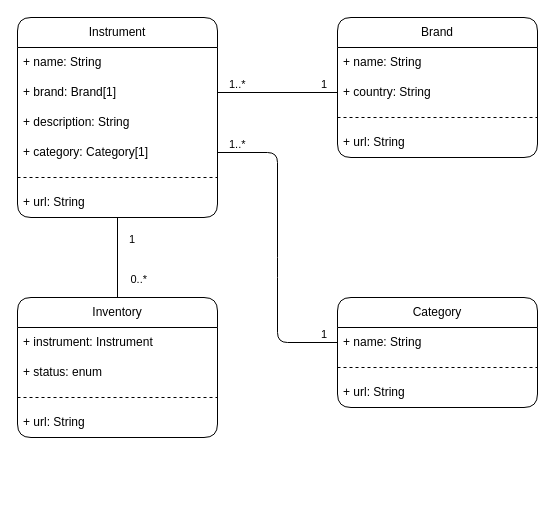
This is specification/database-diagram.drawio from davmedeiros/inventory-application, a draw.io file, before an edit. Source tidied: cells renumbered, new cells numbered last; positions are measured from the earlier drawing's top-left corner, leaving out a move shared by most shapes. Both pictures are drawn from the tidied source at 100%, with x=0, y=0 at pixel (17, 17).
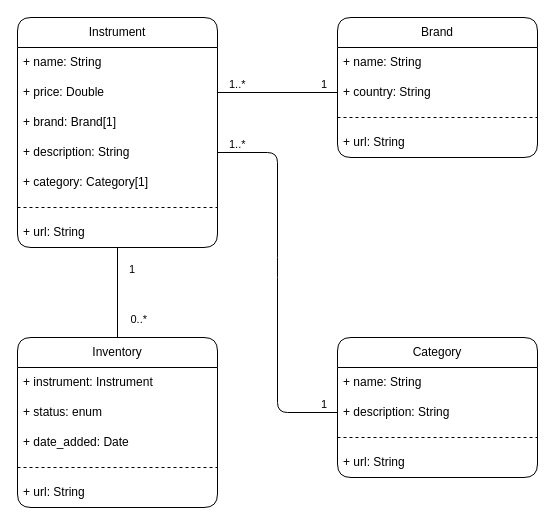
The same page after the edit.

Commit message:
Add a few more fields to the tables

The change refers to these unchanged cells:
```xml
<mxCell id="10" value="+ name: String" style="text;strokeColor=none;fillColor=none;align=left;verticalAlign=middle;spacingLeft=4;spacingRight=4;overflow=hidden;points=[[0,0.5],[1,0.5]];portConstraint=eastwest;whiteSpace=wrap;html=1;" parent="9" vertex="1">
  <mxGeometry y="30" width="200" height="30" as="geometry" />
</mxCell>
<mxCell id="15" value="+ country: String" style="text;strokeColor=none;fillColor=none;align=left;verticalAlign=middle;spacingLeft=4;spacingRight=4;overflow=hidden;points=[[0,0.5],[1,0.5]];portConstraint=eastwest;whiteSpace=wrap;html=1;" parent="13" vertex="1">
  <mxGeometry y="60" width="200" height="30" as="geometry" />
</mxCell>
```

What changed in the source:
```diff
@@
     <mxCell id="2" value="Instrument" style="swimlane;fontStyle=0;horizontal=1;startSize=30;whiteSpace=wrap;html=1;rounded=1;swimlaneLine=1;shadow=0;strokeColor=default;" parent="1" vertex="1">
-      <mxGeometry width="200" height="200" as="geometry" />
+      <mxGeometry width="200" height="230" as="geometry" />
     </mxCell>
@@
+    <mxCell id="32" value="+ price: Double" style="text;strokeColor=none;fillColor=none;align=left;verticalAlign=middle;spacingLeft=4;spacingRight=4;overflow=hidden;points=[[0,0.5],[1,0.5]];portConstraint=eastwest;whiteSpace=wrap;html=1;" parent="2" vertex="1">
+      <mxGeometry y="60" width="200" height="30" as="geometry" />
+    </mxCell>
     <mxCell id="4" value="+ brand: Brand[1]" style="text;strokeColor=none;fillColor=none;align=left;verticalAlign=middle;spacingLeft=4;spacingRight=4;overflow=hidden;points=[[0,0.5],[1,0.5]];portConstraint=eastwest;whiteSpace=wrap;html=1;" parent="2" vertex="1">
-      <mxGeometry y="60" width="200" height="30" as="geometry" />
+      <mxGeometry y="90" width="200" height="30" as="geometry" />
     </mxCell>
     <mxCell id="5" value="+ description: String" style="text;strokeColor=none;fillColor=none;align=left;verticalAlign=middle;spacingLeft=4;spacingRight=4;overflow=hidden;points=[[0,0.5],[1,0.5]];portConstraint=eastwest;whiteSpace=wrap;html=1;" parent="2" vertex="1">
-      <mxGeometry y="90" width="200" height="30" as="geometry" />
+      <mxGeometry y="120" width="200" height="30" as="geometry" />
     </mxCell>
     <mxCell id="6" value="+ category: Category[1]" style="text;strokeColor=none;fillColor=none;align=left;verticalAlign=middle;spacingLeft=4;spacingRight=4;overflow=hidden;points=[[0,0.5],[1,0.5]];portConstraint=eastwest;whiteSpace=wrap;html=1;" parent="2" vertex="1">
-      <mxGeometry y="120" width="200" height="30" as="geometry" />
+      <mxGeometry y="150" width="200" height="30" as="geometry" />
     </mxCell>
     <mxCell id="7" style="shape=crossbar;whiteSpace=wrap;html=1;rounded=1;shadow=0;glass=0;dashed=1;sketch=0;strokeColor=default;fillColor=none;" parent="2" vertex="1">
-      <mxGeometry y="150" width="200" height="20" as="geometry" />
+      <mxGeometry y="180" width="200" height="20" as="geometry" />
     </mxCell>
     <mxCell id="8" value="+ url: String" style="text;strokeColor=none;fillColor=none;align=left;verticalAlign=middle;spacingLeft=4;spacingRight=4;overflow=hidden;whiteSpace=wrap;html=1;" parent="2" vertex="1">
-      <mxGeometry y="170" width="200" height="30" as="geometry" />
+      <mxGeometry y="200" width="200" height="30" as="geometry" />
     </mxCell>
     <mxCell id="9" value="Category" style="swimlane;fontStyle=0;horizontal=1;startSize=30;whiteSpace=wrap;html=1;rounded=1;swimlaneLine=1;shadow=0;strokeColor=default;" parent="1" vertex="1">
-      <mxGeometry x="320" y="280" width="200" height="110" as="geometry" />
+      <mxGeometry x="320" y="320" width="200" height="140" as="geometry" />
     </mxCell>
@@
+    <mxCell id="33" value="+ description: String" style="text;strokeColor=none;fillColor=none;align=left;verticalAlign=middle;spacingLeft=4;spacingRight=4;overflow=hidden;points=[[0,0.5],[1,0.5]];portConstraint=eastwest;whiteSpace=wrap;html=1;" parent="9" vertex="1">
+      <mxGeometry y="60" width="200" height="30" as="geometry" />
+    </mxCell>
     <mxCell id="11" style="shape=crossbar;whiteSpace=wrap;html=1;rounded=1;shadow=0;glass=0;dashed=1;sketch=0;strokeColor=default;fillColor=none;" parent="9" vertex="1">
-      <mxGeometry y="60" width="200" height="20" as="geometry" />
+      <mxGeometry y="90" width="200" height="20" as="geometry" />
     </mxCell>
     <mxCell id="12" value="+ url: String" style="text;strokeColor=none;fillColor=none;align=left;verticalAlign=middle;spacingLeft=4;spacingRight=4;overflow=hidden;whiteSpace=wrap;html=1;" parent="9" vertex="1">
-      <mxGeometry y="80" width="200" height="30" as="geometry" />
+      <mxGeometry y="110" width="200" height="30" as="geometry" />
     </mxCell>
@@
-    <mxCell id="18" style="endArrow=none;html=1;exitX=1;exitY=0.5;exitDx=0;exitDy=0;entryX=0;entryY=0.5;entryDx=0;entryDy=0;endFill=0;" parent="1" edge="1" source="4" target="15">
+    <mxCell id="18" style="endArrow=none;html=1;exitX=1;exitY=0.5;exitDx=0;exitDy=0;entryX=0;entryY=0.5;entryDx=0;entryDy=0;endFill=0;" parent="1" edge="1" source="32" target="15">
       <mxGeometry relative="1" as="geometry" />
     </mxCell>
@@
-    <mxCell id="21" style="endArrow=none;html=1;exitX=1;exitY=0.5;exitDx=0;exitDy=0;entryX=0;entryY=0.5;entryDx=0;entryDy=0;endFill=0;" parent="1" edge="1" source="6" target="10">
+    <mxCell id="21" style="endArrow=none;html=1;exitX=1;exitY=0.5;exitDx=0;exitDy=0;entryX=0;entryY=0.5;entryDx=0;entryDy=0;endFill=0;" parent="1" edge="1" source="5" target="33">
       <mxGeometry relative="1" as="geometry">
         <Array as="points">
           <mxPoint x="260" y="135" />
           <mxPoint x="260" y="250" />
-          <mxPoint x="260" y="325" />
+          <mxPoint x="260" y="395" />
         </Array>
       </mxGeometry>
     </mxCell>
@@
     <mxCell id="24" value="Inventory" style="swimlane;fontStyle=0;horizontal=1;startSize=30;whiteSpace=wrap;html=1;rounded=1;swimlaneLine=1;shadow=0;strokeColor=default;" parent="1" vertex="1">
-      <mxGeometry y="280" width="200" height="140" as="geometry" />
+      <mxGeometry y="320" width="200" height="170" as="geometry" />
     </mxCell>
@@
+    <mxCell id="34" value="+ date_added: Date" style="text;strokeColor=none;fillColor=none;align=left;verticalAlign=middle;spacingLeft=4;spacingRight=4;overflow=hidden;whiteSpace=wrap;html=1;" parent="24" vertex="1">
+      <mxGeometry y="90" width="200" height="30" as="geometry" />
+    </mxCell>
     <mxCell id="27" style="shape=crossbar;whiteSpace=wrap;html=1;rounded=1;shadow=0;glass=0;dashed=1;sketch=0;strokeColor=default;fillColor=none;" parent="24" vertex="1">
-      <mxGeometry y="90" width="200" height="20" as="geometry" />
+      <mxGeometry y="120" width="200" height="20" as="geometry" />
     </mxCell>
     <mxCell id="28" value="+ url: String" style="text;strokeColor=none;fillColor=none;align=left;verticalAlign=middle;spacingLeft=4;spacingRight=4;overflow=hidden;whiteSpace=wrap;html=1;" parent="24" vertex="1">
-      <mxGeometry y="110" width="200" height="30" as="geometry" />
+      <mxGeometry y="140" width="200" height="30" as="geometry" />
     </mxCell>
```
